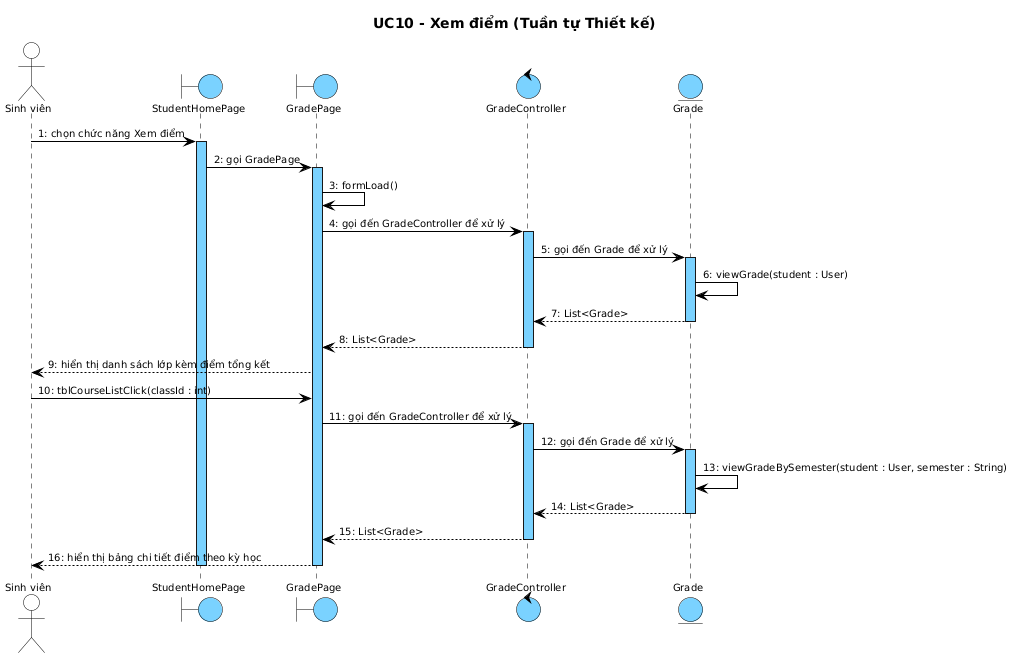
Before: report/diagrams/seq_design_uc10.png, a diagram exported from PlantUML (thanhtrnnn/universe).
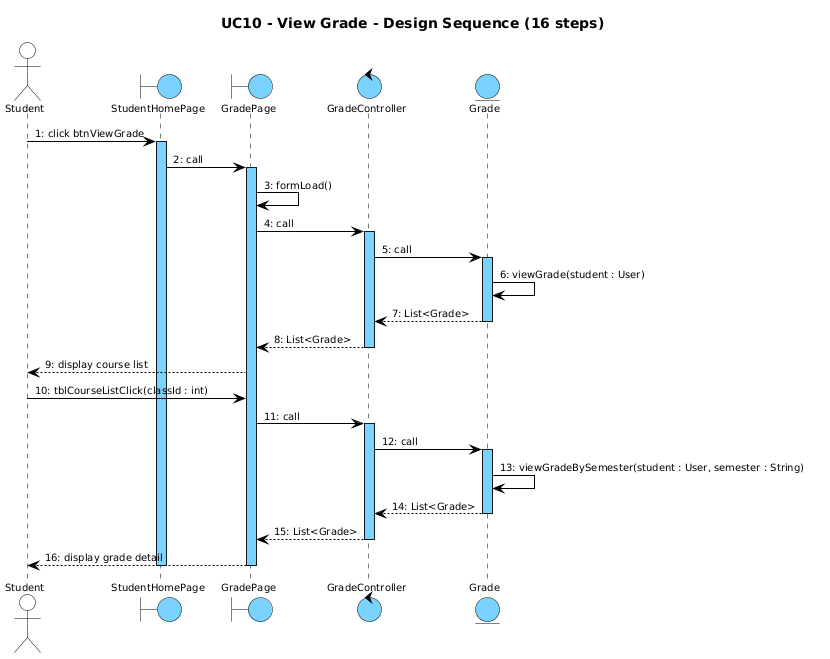
After the change.

What changed in the source:
```diff
@@ -10,48 +10,76 @@
   FontName "Arial"
   FontSize 10
   FontColor #000000
-  boundary { BackgroundColor #7AD2FF; LineColor #000000 }
-  control { BackgroundColor #7AD2FF; LineColor #000000 }
-  entity { BackgroundColor #7AD2FF; LineColor #000000 }
-  actor { BackgroundColor transparent; LineColor #000000 }
-  lifeline { LineColor #000000; LineStyle 5-5 }
-  arrow { LineColor #000000; LineThickness 1; FontSize 10 }
+
+  participant {
+    BackgroundColor #7AD2FF
+    LineColor #000000
+    LineThickness 1
+  }
+
+  actor {
+    BackgroundColor transparent
+    LineColor #000000
+  }
+  boundary {
+    BackgroundColor #7AD2FF
+    LineColor #000000
+  }
+  control {
+    BackgroundColor #7AD2FF
+    LineColor #000000
+  }
+  entity {
+    BackgroundColor #7AD2FF
+    LineColor #000000
+  }
+
+  lifeline {
+    LineColor #000000
+    LineStyle 5-5
+  }
+
+  arrow {
+    LineColor #000000
+    LineThickness 1
+    FontSize 10
+  }
 }
 </style>
-title UC10 - Xem điểm (Tuần tự Thiết kế)
+title UC10 - View Grade - Design Sequence (16 steps)
 
-actor "Sinh viên" as SV
+actor "Student" as Actor
 boundary StudentHomePage
 boundary GradePage
 control GradeController
 entity Grade
 
-SV -> StudentHomePage : 1: chọn chức năng Xem điểm
+Actor -> StudentHomePage : 1: click btnViewGrade
 activate StudentHomePage
-StudentHomePage -> GradePage : 2: gọi GradePage
+StudentHomePage -> GradePage : 2: call
 activate GradePage
 GradePage -> GradePage : 3: formLoad()
-GradePage -> GradeController : 4: gọi đến GradeController để xử lý
+GradePage -> GradeController : 4: call
 activate GradeController
-GradeController -> Grade : 5: gọi đến Grade để xử lý
+GradeController -> Grade : 5: call
 activate Grade
 Grade -> Grade : 6: viewGrade(student : User)
 Grade --> GradeController : 7: List<Grade>
 deactivate Grade
 GradeController --> GradePage : 8: List<Grade>
 deactivate GradeController
-GradePage --> SV : 9: hiển thị danh sách lớp kèm điểm tổng kết
-SV -> GradePage : 10: tblCourseListClick(classId : int)
-GradePage -> GradeController : 11: gọi đến GradeController để xử lý
+GradePage --> Actor : 9: display course list
+Actor -> GradePage : 10: tblCourseListClick(classId : int)
+GradePage -> GradeController : 11: call
 activate GradeController
-GradeController -> Grade : 12: gọi đến Grade để xử lý
+GradeController -> Grade : 12: call
 activate Grade
 Grade -> Grade : 13: viewGradeBySemester(student : User, semester : String)
 Grade --> GradeController : 14: List<Grade>
 deactivate Grade
 GradeController --> GradePage : 15: List<Grade>
 deactivate GradeController
-GradePage --> SV : 16: hiển thị bảng chi tiết điểm theo kỳ học
+GradePage --> Actor : 16: display grade detail
 deactivate GradePage
 deactivate StudentHomePage
 @enduml
```
